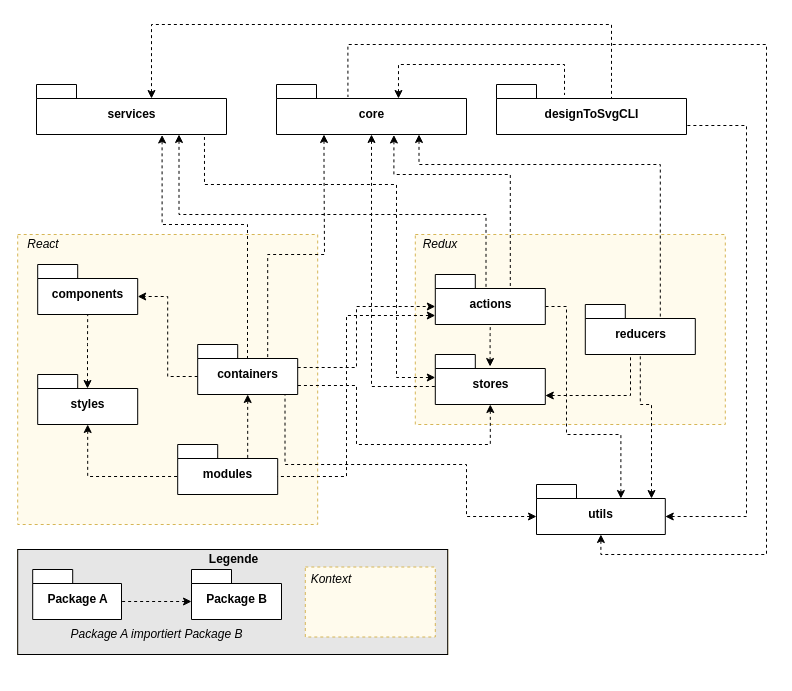
This is Arbeit/diagrams/Ist-Architektur/Paketdiagram-Grob.drawio from albreax/Diplomarbeit, a draw.io file, before an edit. Source tidied: cells renumbered, new cells numbered last; positions are measured from the earlier drawing's top-left corner, leaving out a move shared by most shapes. Both pictures are drawn from the tidied source at 100%, with x=0, y=0 at pixel (17, 24).
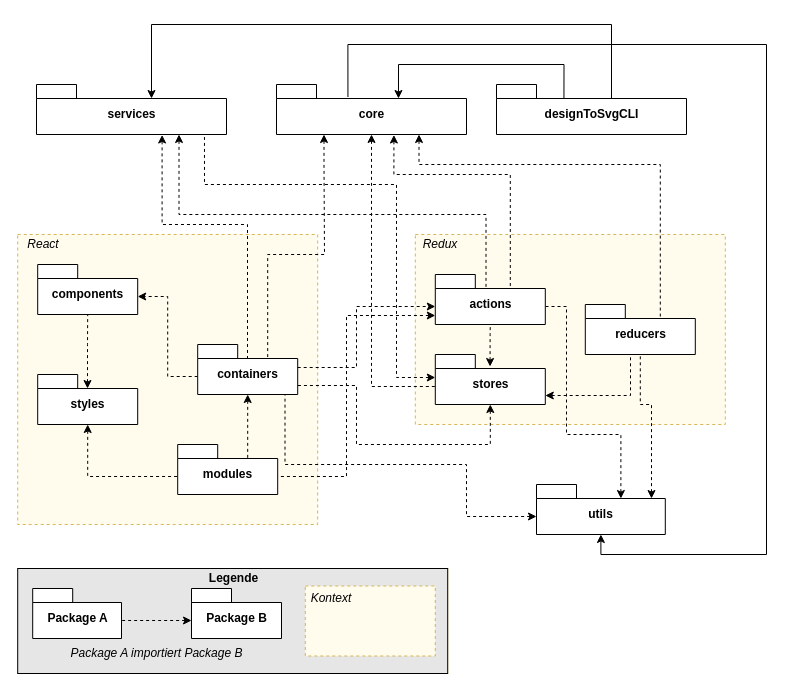
Above is the later version.

Unchanged cells that the change refers to:
```xml
<mxCell id="9" value="core" style="shape=folder;fontStyle=1;spacingTop=10;tabWidth=40;tabHeight=14;tabPosition=left;html=1;" parent="1" vertex="1">
  <mxGeometry x="259" y="60" width="190" height="50" as="geometry" />
</mxCell>
<mxCell id="10" value="designToSvgCLI" style="shape=folder;fontStyle=1;spacingTop=10;tabWidth=40;tabHeight=14;tabPosition=left;html=1;" parent="1" vertex="1">
  <mxGeometry x="479" y="60" width="190" height="50" as="geometry" />
</mxCell>
<mxCell id="13" value="services" style="shape=folder;fontStyle=1;spacingTop=10;tabWidth=40;tabHeight=14;tabPosition=left;html=1;" parent="1" vertex="1">
  <mxGeometry x="19" y="60" width="190" height="50" as="geometry" />
</mxCell>
<mxCell id="19" value="utils" style="shape=folder;fontStyle=1;spacingTop=10;tabWidth=40;tabHeight=14;tabPosition=left;html=1;" parent="1" vertex="1">
  <mxGeometry x="519" y="460" width="128.8" height="50" as="geometry" />
</mxCell>
```

The edit, as a diff of the source:
```diff
@@
-    <mxCell id="8" style="edgeStyle=orthogonalEdgeStyle;rounded=0;jettySize=auto;html=1;exitX=0.642;exitY=0.28;exitDx=0;exitDy=0;exitPerimeter=0;dashed=1;startArrow=classic;startFill=1;endArrow=none;endFill=0;entryX=0.358;entryY=0.21;entryDx=0;entryDy=0;entryPerimeter=0;" parent="1" edge="1" source="9" target="10">
+    <mxCell id="8" style="edgeStyle=orthogonalEdgeStyle;rounded=0;jettySize=auto;html=1;exitX=0.642;exitY=0.28;exitDx=0;exitDy=0;exitPerimeter=0;startArrow=classic;startFill=1;endArrow=none;endFill=0;entryX=0.355;entryY=0.29;entryDx=0;entryDy=0;entryPerimeter=0;" parent="1" edge="1" source="9" target="10">
       <mxGeometry relative="1" as="geometry">
         <Array as="points">
           <mxPoint x="381" y="40" />
           <mxPoint x="547" y="40" />
         </Array>
       </mxGeometry>
     </mxCell>
@@
-    <mxCell id="12" style="edgeStyle=orthogonalEdgeStyle;rounded=0;jettySize=auto;html=1;exitX=0;exitY=0;exitDx=115;exitDy=14;exitPerimeter=0;entryX=0;entryY=0;entryDx=115;entryDy=14;entryPerimeter=0;dashed=1;startArrow=classic;startFill=1;endArrow=none;endFill=0;" parent="1" edge="1" source="13" target="10">
+    <mxCell id="12" style="edgeStyle=orthogonalEdgeStyle;rounded=0;jettySize=auto;html=1;exitX=0;exitY=0;exitDx=115;exitDy=14;exitPerimeter=0;entryX=0;entryY=0;entryDx=115;entryDy=14;entryPerimeter=0;startArrow=classic;startFill=1;endArrow=none;endFill=0;" parent="1" edge="1" source="13" target="10">
       <mxGeometry relative="1" as="geometry">
         <Array as="points">
           <mxPoint x="134" />
           <mxPoint x="594" />
         </Array>
       </mxGeometry>
     </mxCell>
@@
-    <mxCell id="17" style="edgeStyle=orthogonalEdgeStyle;rounded=0;jettySize=auto;html=1;exitX=0.5;exitY=1;exitDx=0;exitDy=0;exitPerimeter=0;entryX=0.376;entryY=0.25;entryDx=0;entryDy=0;entryPerimeter=0;dashed=1;startArrow=classic;startFill=1;endArrow=none;endFill=0;" parent="1" edge="1" source="19" target="9">
+    <mxCell id="17" style="edgeStyle=orthogonalEdgeStyle;rounded=0;jettySize=auto;html=1;exitX=0.5;exitY=1;exitDx=0;exitDy=0;exitPerimeter=0;entryX=0.376;entryY=0.25;entryDx=0;entryDy=0;entryPerimeter=0;startArrow=classic;startFill=1;endArrow=none;endFill=0;" parent="1" edge="1" source="19" target="9">
       <mxGeometry relative="1" as="geometry">
         <Array as="points">
           <mxPoint x="583" y="530" />
           <mxPoint x="749" y="530" />
           <mxPoint x="749" y="20" />
           <mxPoint x="330" y="20" />
         </Array>
       </mxGeometry>
     </mxCell>
-    <mxCell id="18" style="edgeStyle=orthogonalEdgeStyle;rounded=0;jettySize=auto;html=1;exitX=0;exitY=0;exitDx=128.76;exitDy=32;exitPerimeter=0;entryX=0;entryY=0;entryDx=190;entryDy=41;entryPerimeter=0;dashed=1;startArrow=classic;startFill=1;endArrow=none;endFill=0;" parent="1" edge="1" source="19" target="10">
-      <mxGeometry relative="1" as="geometry">
-        <Array as="points">
-          <mxPoint x="729" y="492" />
-          <mxPoint x="729" y="101" />
-        </Array>
-      </mxGeometry>
-    </mxCell>
@@
     <mxCell id="42" style="group;fillColor=#FFFBED;strokeColor=#FFD966;" parent="1" vertex="1">
-      <mxGeometry x="0.2" y="525" width="430" height="105" as="geometry" />
+      <mxGeometry x="0.2" y="544" width="430" height="105" as="geometry" />
     </mxCell>
     <mxCell id="43" style="rounded=0;whiteSpace=wrap;html=1;fillColor=#E6E6E6;" parent="1" vertex="1">
-      <mxGeometry x="0.2" y="525" width="430" height="105" as="geometry" />
+      <mxGeometry x="0.2" y="544" width="430" height="105" as="geometry" />
     </mxCell>
     <mxCell id="44" value="Package A" style="shape=folder;fontStyle=1;spacingTop=10;tabWidth=40;tabHeight=14;tabPosition=left;html=1;" parent="1" vertex="1">
-      <mxGeometry x="15.2" y="545" width="88.8" height="50" as="geometry" />
+      <mxGeometry x="15.2" y="564" width="88.8" height="50" as="geometry" />
     </mxCell>
     <mxCell id="45" style="edgeStyle=orthogonalEdgeStyle;rounded=0;jettySize=auto;html=1;exitX=0;exitY=0;exitDx=0;exitDy=32;exitPerimeter=0;entryX=0;entryY=0;entryDx=88.76;entryDy=32;entryPerimeter=0;dashed=1;startArrow=classic;startFill=1;endArrow=none;endFill=0;" parent="1" edge="1" source="46" target="44">
-      <mxGeometry x="51.2" y="565" as="geometry" />
+      <mxGeometry x="51.2" y="584" as="geometry" />
     </mxCell>
     <mxCell id="46" value="Package B" style="shape=folder;fontStyle=1;spacingTop=10;tabWidth=40;tabHeight=14;tabPosition=left;html=1;" parent="1" vertex="1">
-      <mxGeometry x="174" y="545" width="90" height="50" as="geometry" />
+      <mxGeometry x="174" y="564" width="90" height="50" as="geometry" />
     </mxCell>
     <mxCell id="47" value="&lt;i&gt;Package A importiert Package B&lt;/i&gt;" style="text;html=1;strokeColor=none;fillColor=none;align=center;verticalAlign=middle;whiteSpace=wrap;rounded=0;dashed=1;" parent="1" vertex="1">
-      <mxGeometry x="15.2" y="590" width="248.8" height="40" as="geometry" />
+      <mxGeometry x="15.2" y="609" width="248.8" height="40" as="geometry" />
     </mxCell>
     <mxCell id="48" value="&lt;b&gt;Legende&lt;/b&gt;" style="text;html=1;strokeColor=none;fillColor=none;align=center;verticalAlign=middle;whiteSpace=wrap;rounded=0;" parent="1" vertex="1">
-      <mxGeometry x="1.5" y="525" width="428.8" height="20" as="geometry" />
+      <mxGeometry x="1.5" y="544" width="428.8" height="20" as="geometry" />
     </mxCell>
     <mxCell id="49" style="rounded=0;whiteSpace=wrap;html=1;strokeColor=#d6b656;dashed=1;fillColor=#FFFBED;" parent="1" vertex="1">
-      <mxGeometry x="287.8" y="542.5" width="130" height="70" as="geometry" />
+      <mxGeometry x="287.8" y="561.5" width="130" height="70" as="geometry" />
     </mxCell>
     <mxCell id="50" value="Kontext" style="text;html=1;strokeColor=none;fillColor=none;align=center;verticalAlign=middle;whiteSpace=wrap;rounded=0;dashed=1;fontStyle=2;" parent="1" vertex="1">
-      <mxGeometry x="287.8" y="545" width="52.2" height="20" as="geometry" />
+      <mxGeometry x="287.8" y="564" width="52.2" height="20" as="geometry" />
     </mxCell>
```
